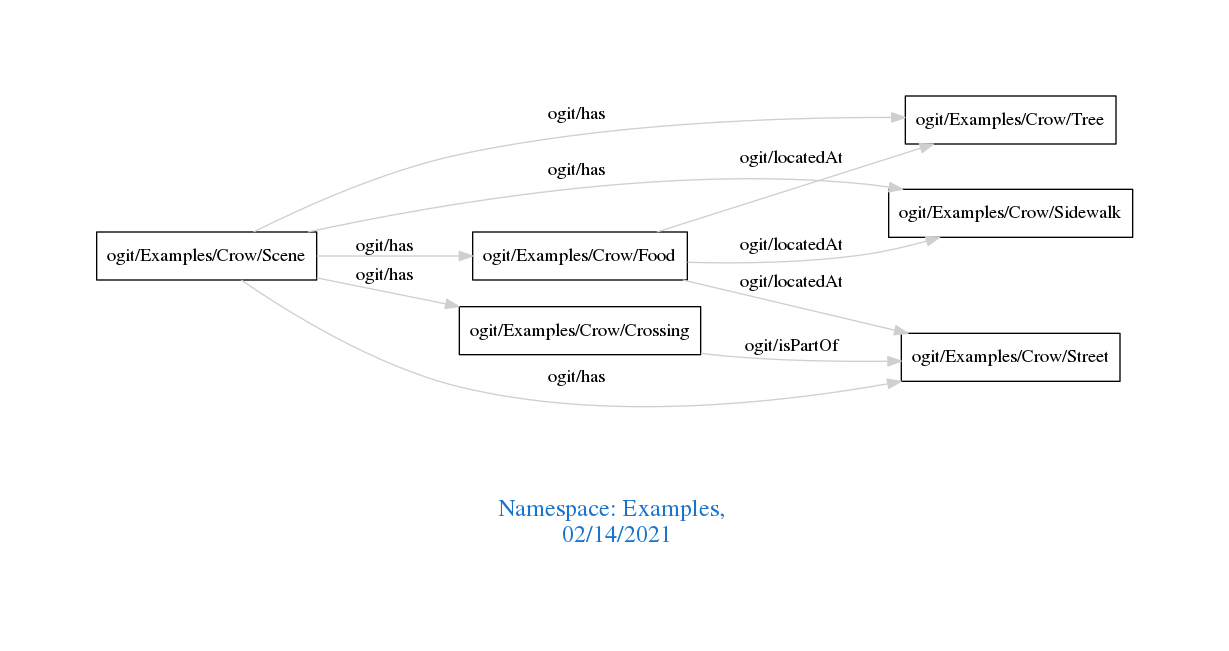
Earlier version of the Graphviz export downloads/Examples.png (arago/OGIT). Its source is kept beside it as downloads/Examples.dot.
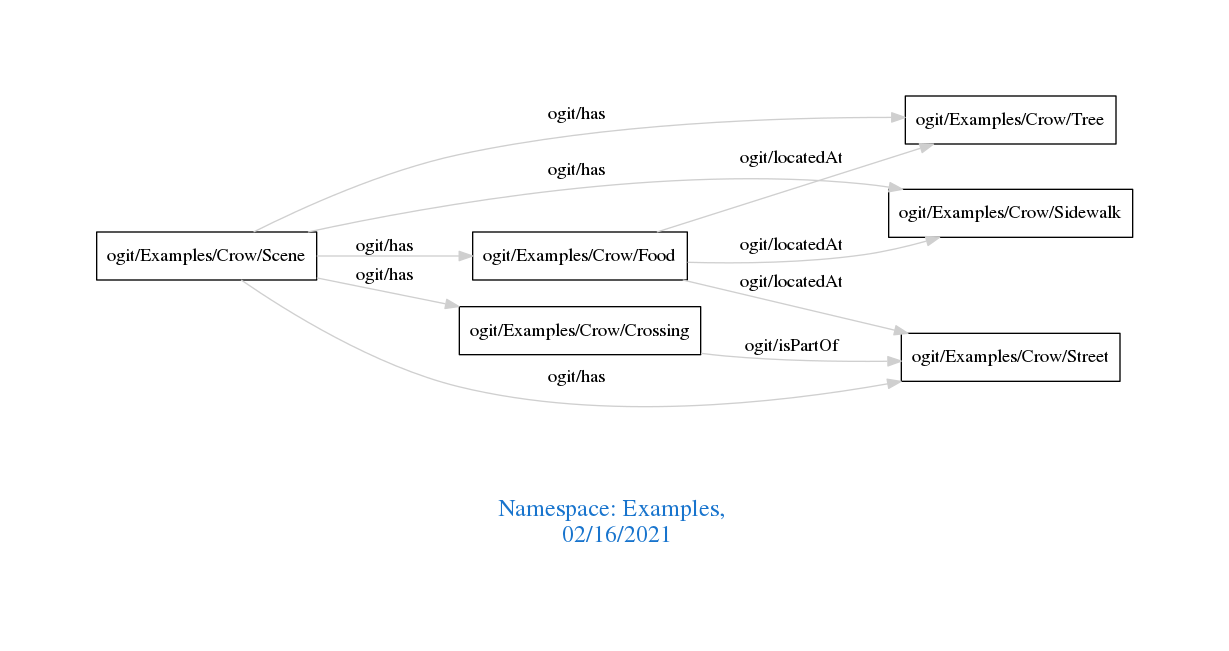
Above is the later version.

The edit, as a diff of the source:
```diff
@@ -1,7 +1,7 @@
 digraph OGIT_ontology {
  graph [ rankdir= LR,pad=1
 fontsize = 18,
-fontcolor= dodgerblue3,label = "\n\n\nNamespace: Examples, \n 02/14/2021"];
+fontcolor= dodgerblue3,label = "\n\n\nNamespace: Examples, \n 02/16/2021"];
 node[shape=polygon];
 edge [  color="gray81"];
 
```
